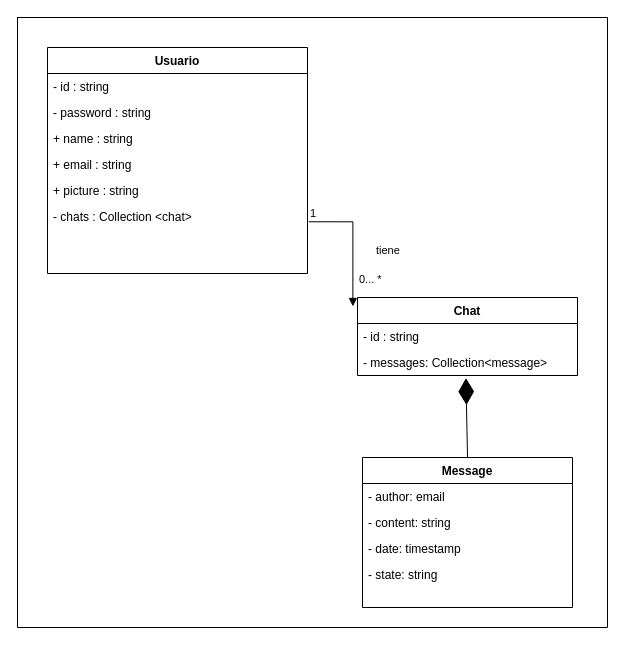
The draw.io diagram documentación/documentación del software/Documento del diseño arquitectónico frags/diagrama de clases backend.drawio in GaelCodes/Web-Chat, before the edit. Source tidied: cells renumbered, new cells numbered last; positions are measured from the earlier drawing's top-left corner, leaving out a move shared by most shapes. Both pictures are drawn from the tidied source at 100%, with x=0, y=0 at pixel (17, 17).
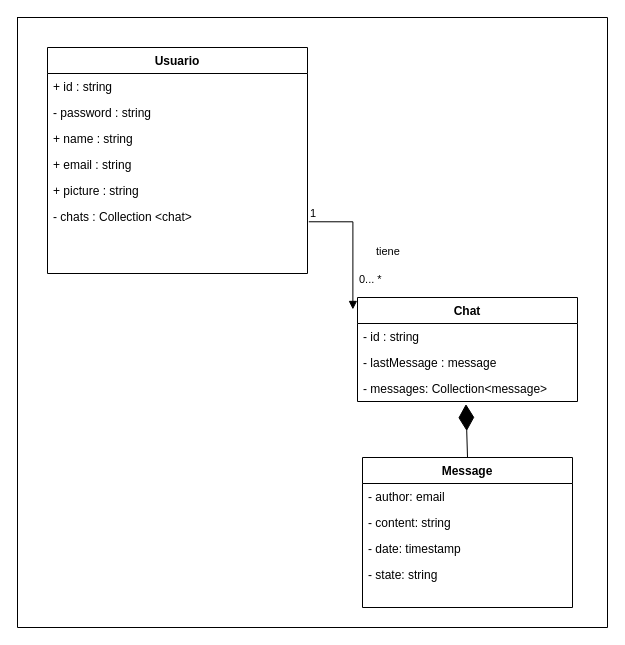
After the change.

The change refers to these unchanged cells:
```xml
<mxCell id="5" value="Usuario" style="swimlane;fontStyle=1;horizontal=1;startSize=26;fillColor=none;" parent="1" vertex="1">
  <mxGeometry x="30" y="30" width="260" height="226" as="geometry" />
</mxCell>
```

Change to the diagram source:
```diff
@@
-    <mxCell id="6" value="- id : string" style="text;strokeColor=none;fillColor=none;align=left;verticalAlign=top;spacingLeft=4;spacingRight=4;overflow=hidden;" parent="5" vertex="1">
+    <mxCell id="6" value="+ id : string" style="text;strokeColor=none;fillColor=none;align=left;verticalAlign=top;spacingLeft=4;spacingRight=4;overflow=hidden;" parent="5" vertex="1">
       <mxGeometry y="26" width="260" height="26" as="geometry" />
     </mxCell>
@@
     <mxCell id="12" value="Chat" style="swimlane;fontStyle=1;horizontal=1;startSize=26;fillColor=none;" parent="1" vertex="1">
-      <mxGeometry x="340" y="280" width="220" height="78" as="geometry" />
+      <mxGeometry x="340" y="280" width="220" height="104" as="geometry" />
     </mxCell>
@@
+    <mxCell id="24" value="- lastMessage : message" style="text;strokeColor=none;fillColor=none;align=left;verticalAlign=top;spacingLeft=4;spacingRight=4;overflow=hidden;" parent="12" vertex="1">
+      <mxGeometry y="52" width="220" height="26" as="geometry" />
+    </mxCell>
     <mxCell id="14" value="- messages: Collection&lt;message&gt;" style="text;strokeColor=none;fillColor=none;align=left;verticalAlign=top;spacingLeft=4;spacingRight=4;overflow=hidden;points=[[0,0.5],[1,0.5]];portConstraint=eastwest;" parent="12" vertex="1">
-      <mxGeometry y="52" width="220" height="26" as="geometry" />
+      <mxGeometry y="78" width="220" height="26" as="geometry" />
     </mxCell>
```
